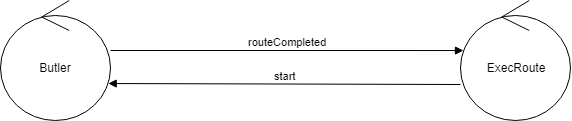
Before: Docs/Analisi_Iniziale/zooming2/Z2_InterazioneExecButler.png, a diagram exported from draw.io (xAlessandroC/iss2019TemaFinale). Source tidied: cells renumbered, new cells last; positions are measured from the earlier drawing's top-left corner, leaving out a move shared by most shapes. The source it was exported from:
```xml
<mxGraphModel>
  <root>
    <mxCell id="0" />
    <mxCell id="1" parent="0" />
    <mxCell id="2" value="ExecRoute" style="ellipse;shape=umlControl;whiteSpace=wrap;html=1;" parent="1" vertex="1">
      <mxGeometry x="460" width="110" height="120" as="geometry" />
    </mxCell>
    <mxCell id="3" value="Butler" style="ellipse;shape=umlControl;whiteSpace=wrap;html=1;" parent="1" vertex="1">
      <mxGeometry width="110" height="120" as="geometry" />
    </mxCell>
    <mxCell id="4" value="routeCompleted" style="html=1;verticalAlign=bottom;endArrow=block;entryX=0.027;entryY=0.417;entryDx=0;entryDy=0;entryPerimeter=0;" parent="1" edge="1" target="2">
      <mxGeometry relative="1" as="geometry">
        <mxPoint x="110" y="50" as="sourcePoint" />
      </mxGeometry>
    </mxCell>
    <mxCell id="5" value="start" style="html=1;verticalAlign=bottom;endArrow=block;exitX=0;exitY=0.7;exitDx=0;exitDy=0;exitPerimeter=0;entryX=0.979;entryY=0.692;entryDx=0;entryDy=0;entryPerimeter=0;" parent="1" edge="1" source="2" target="3">
      <mxGeometry relative="1" as="geometry" />
    </mxCell>
  </root>
</mxGraphModel>
```
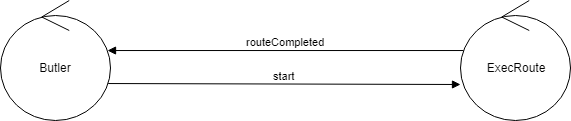
The same file after the commit.

Change to the diagram source:
```diff
@@ -8,12 +8,10 @@
     <mxCell id="3" value="Butler" style="ellipse;shape=umlControl;whiteSpace=wrap;html=1;" parent="1" vertex="1">
       <mxGeometry width="110" height="120" as="geometry" />
     </mxCell>
-    <mxCell id="4" value="routeCompleted" style="html=1;verticalAlign=bottom;endArrow=block;entryX=0.027;entryY=0.417;entryDx=0;entryDy=0;entryPerimeter=0;" parent="1" edge="1" target="2">
-      <mxGeometry relative="1" as="geometry">
-        <mxPoint x="110" y="50" as="sourcePoint" />
-      </mxGeometry>
+    <mxCell id="4" value="routeCompleted" style="html=1;verticalAlign=bottom;endArrow=block;entryX=0.973;entryY=0.417;entryDx=0;entryDy=0;entryPerimeter=0;exitX=0.027;exitY=0.417;exitDx=0;exitDy=0;exitPerimeter=0;" parent="1" edge="1" source="2" target="3">
+      <mxGeometry relative="1" as="geometry" />
     </mxCell>
-    <mxCell id="5" value="start" style="html=1;verticalAlign=bottom;endArrow=block;exitX=0;exitY=0.7;exitDx=0;exitDy=0;exitPerimeter=0;entryX=0.979;entryY=0.692;entryDx=0;entryDy=0;entryPerimeter=0;" parent="1" edge="1" source="2" target="3">
+    <mxCell id="5" value="start" style="html=1;verticalAlign=bottom;endArrow=block;exitX=0.979;exitY=0.692;exitDx=0;exitDy=0;exitPerimeter=0;entryX=0;entryY=0.7;entryDx=0;entryDy=0;entryPerimeter=0;" parent="1" edge="1" source="3" target="2">
       <mxGeometry relative="1" as="geometry" />
     </mxCell>
   </root>
```
